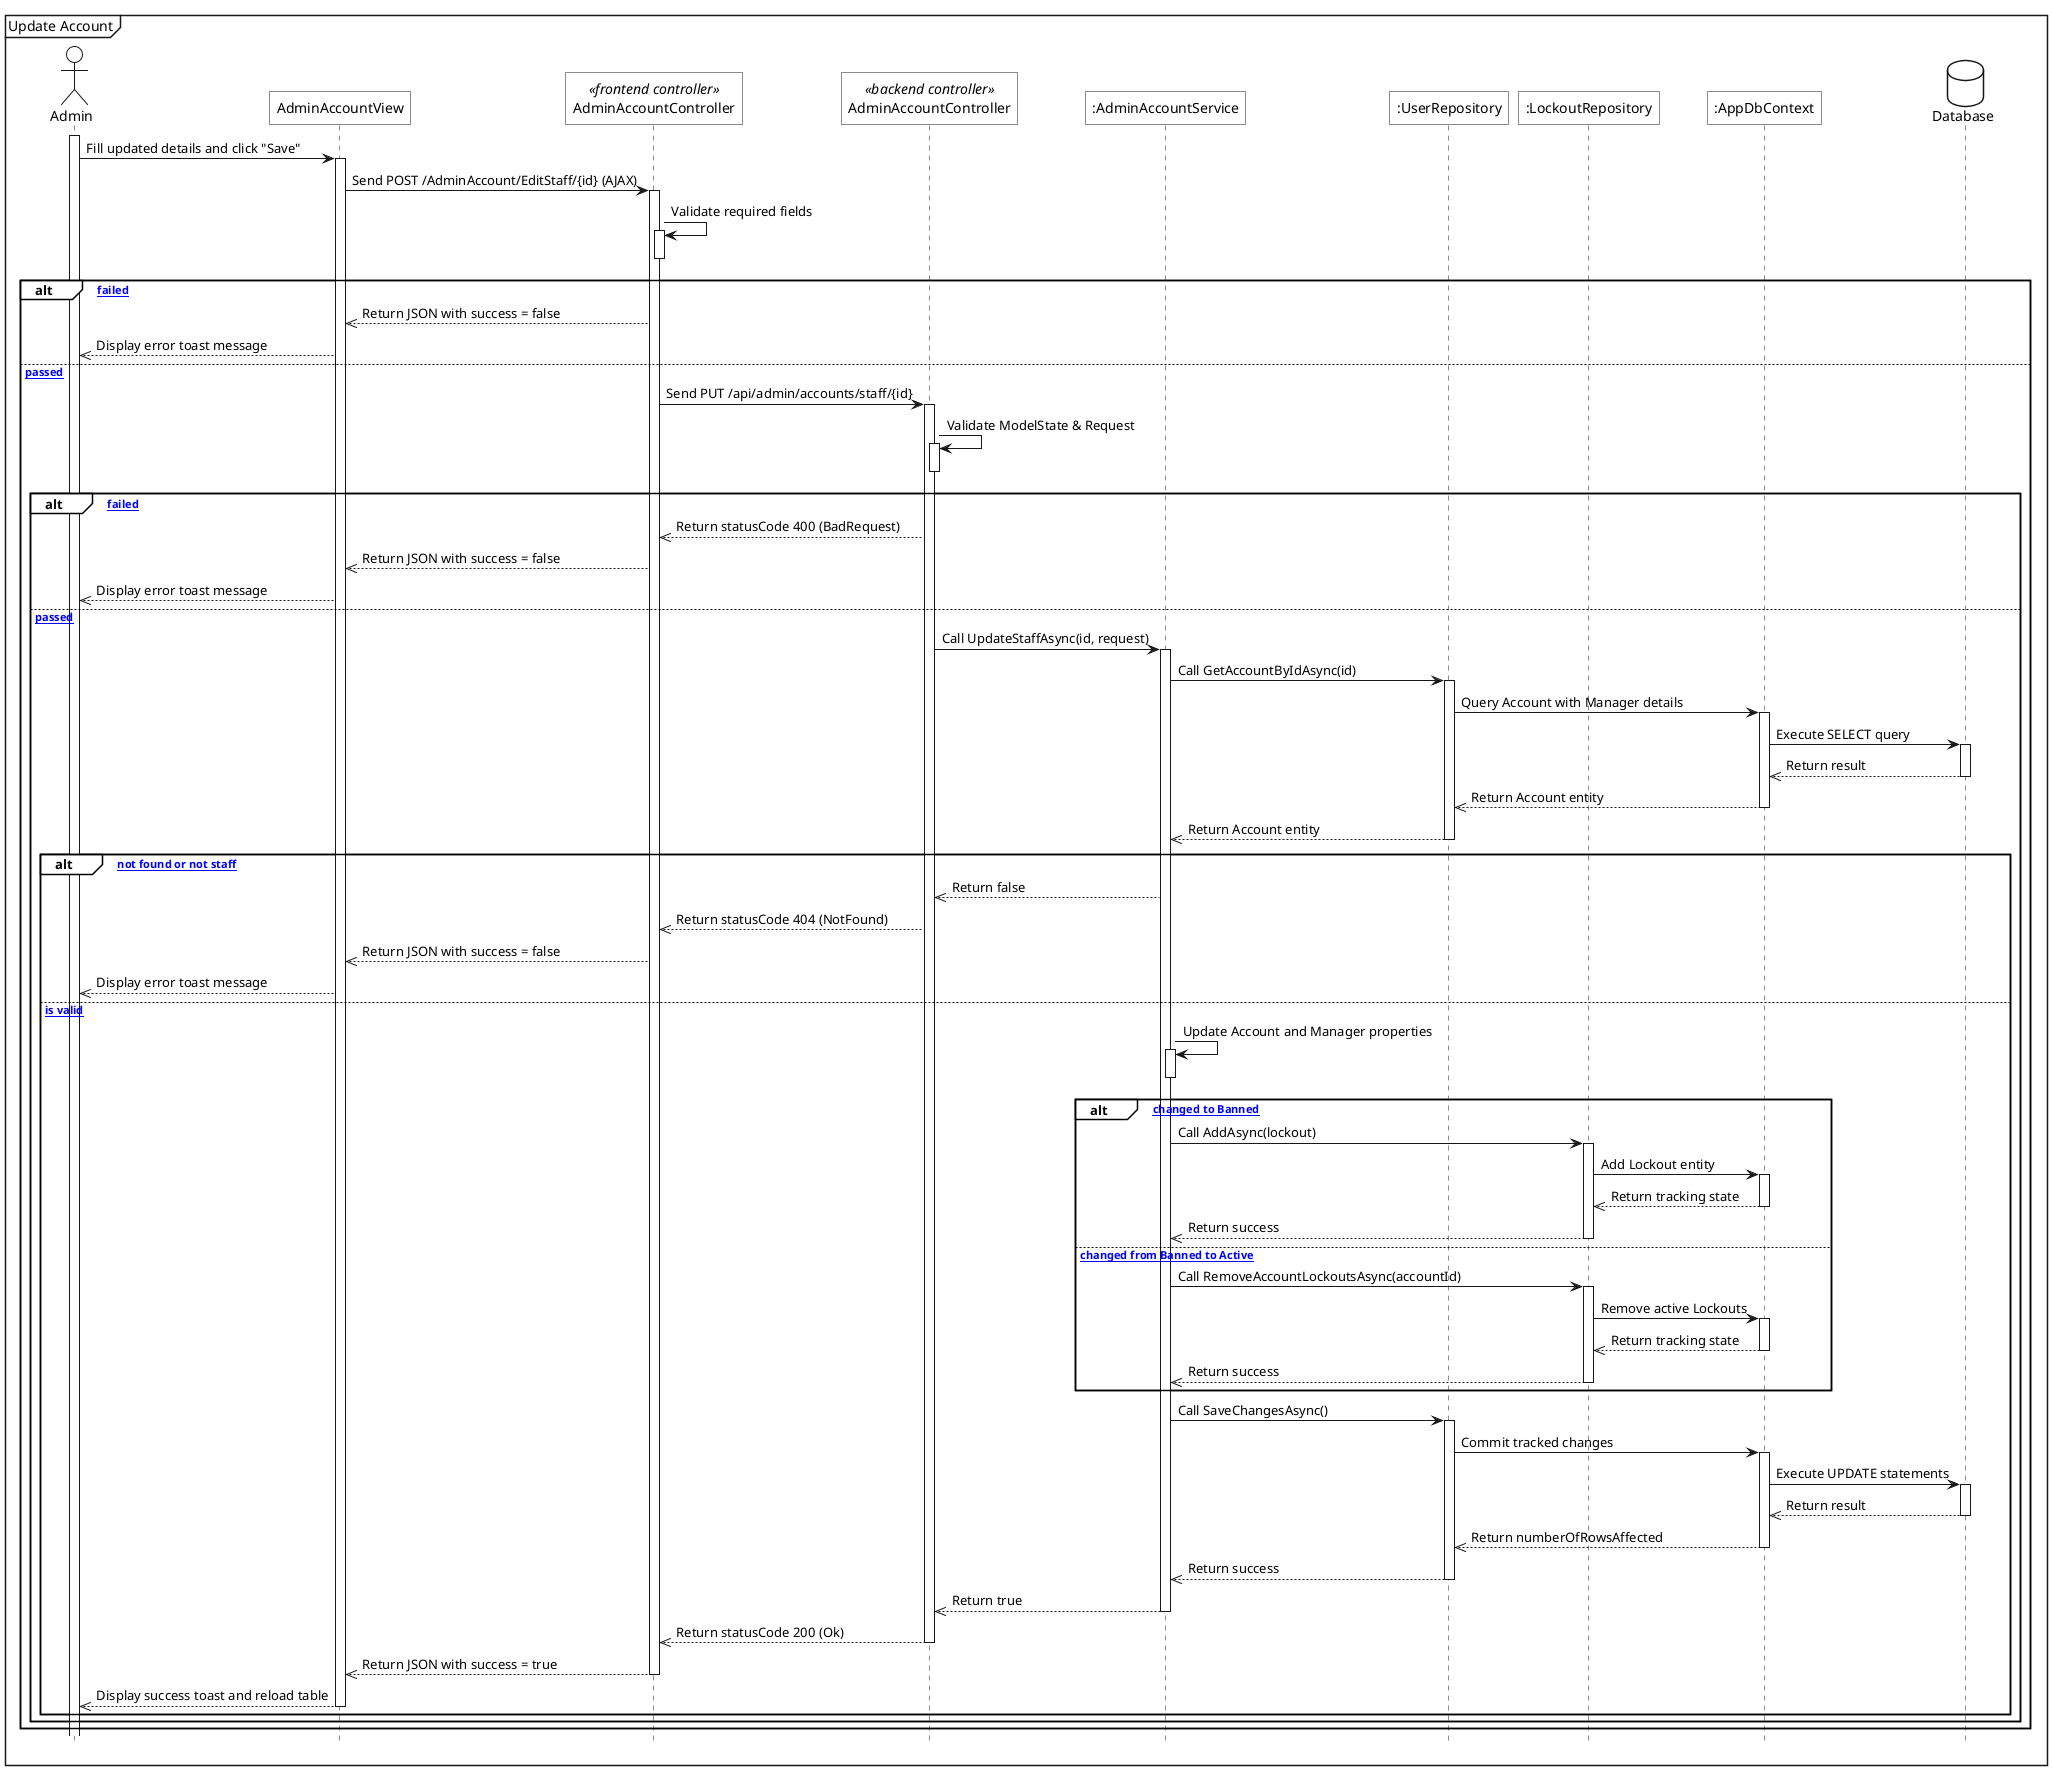
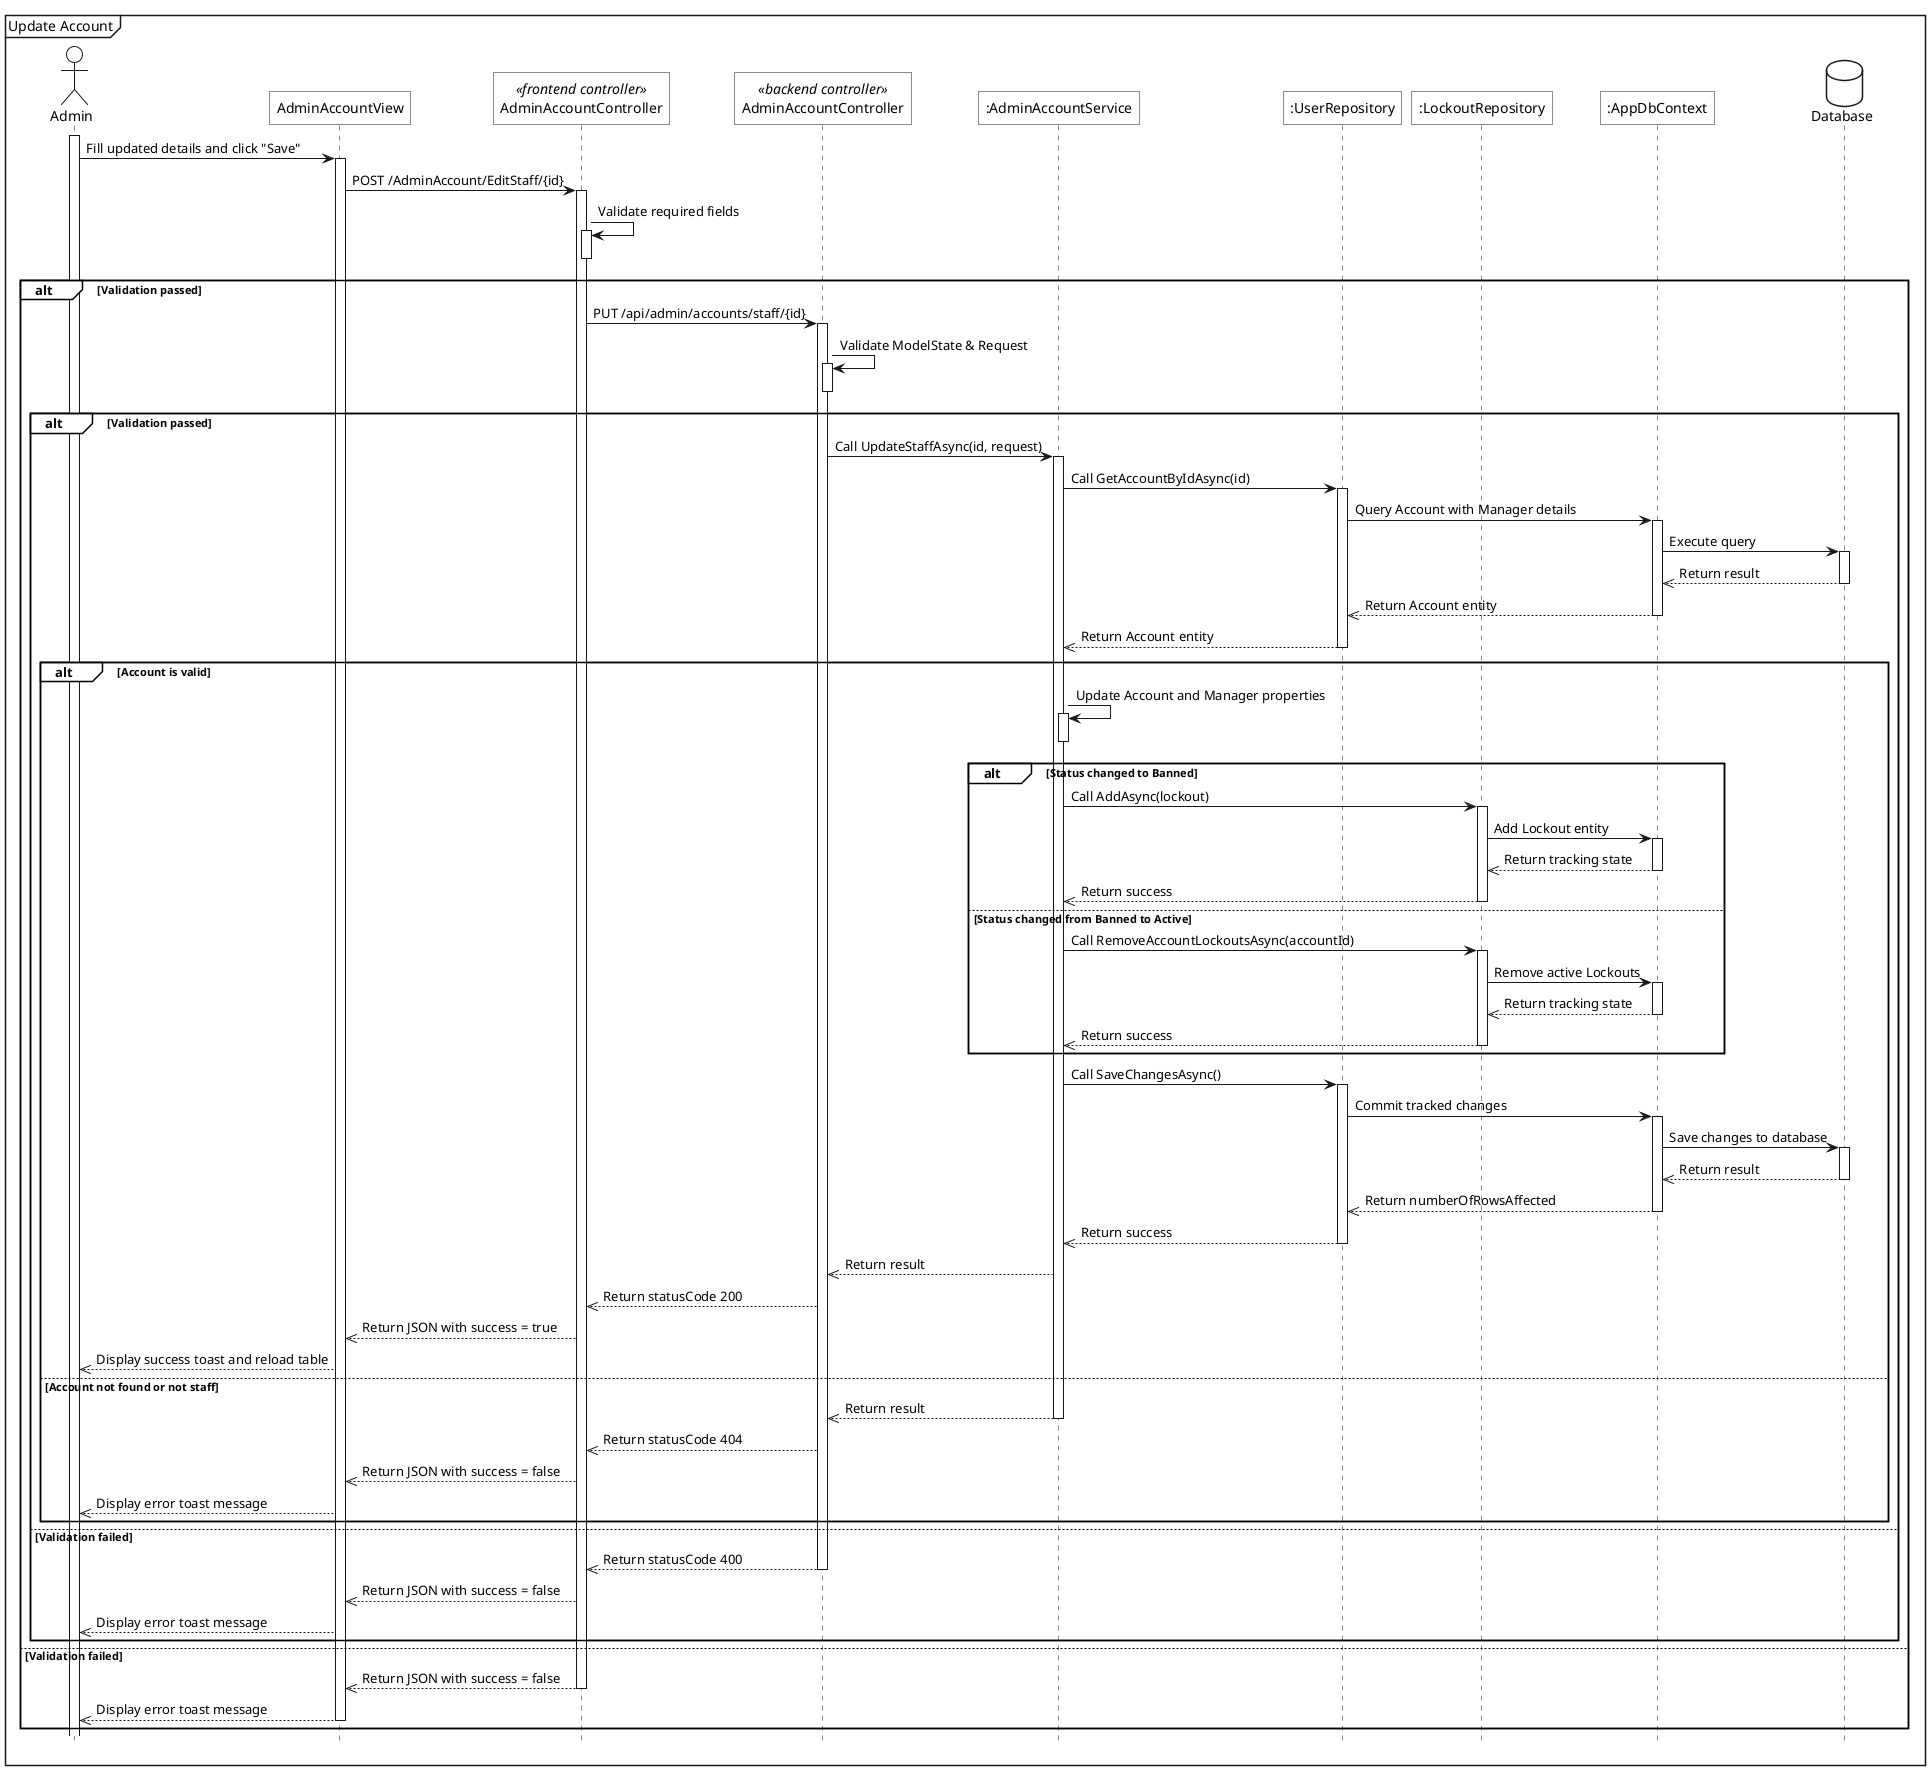
@startuml
<style>
    sequenceDiagram{
        actor{
            BackgroundColor white
            LineThickness 1.0
        }
        participant{
            BackgroundColor white
            RoundCorner 0
        }
        database{
            BackgroundColor white
        }
        groupHeader{
            BackgroundColor white
        }
        referenceHeader{
            BackgroundColor white
        }
        reference{
            BackgroundColor white
        }
    }
</style>

hide footbox

mainframe Update Account
actor Admin as act

participant "AdminAccountView" as view
participant "AdminAccountController" as fe_ctrl <<frontend controller>>
participant "AdminAccountController" as be_ctrl <<backend controller>>
participant ":AdminAccountService" as sv
participant ":UserRepository" as u_repo
participant ":LockoutRepository" as lockout_repo
participant ":AppDbContext" as ctx
database Database as db

act++
act->view++: Fill updated details and click "Save"
- view->fe_ctrl++: Send POST /AdminAccount/EditStaff/{id} (AJAX)
+ view->fe_ctrl++: POST /AdminAccount/EditStaff/{id}

fe_ctrl->fe_ctrl++: Validate required fields
fe_ctrl--

- alt [Validation failed]
-     fe_ctrl-->>view: Return JSON with success = false
-     view-->>act: Display error toast message
- else [Validation passed]
-     fe_ctrl->be_ctrl++: Send PUT /api/admin/accounts/staff/{id}
+ alt Validation passed
+     fe_ctrl->be_ctrl++: PUT /api/admin/accounts/staff/{id}

    be_ctrl->be_ctrl++: Validate ModelState & Request
    be_ctrl--

-     alt [Validation failed]
-         be_ctrl-->>fe_ctrl: Return statusCode 400 (BadRequest)
-         fe_ctrl-->>view: Return JSON with success = false
-         view-->>act: Display error toast message
-     else [Validation passed]
+     alt Validation passed
        be_ctrl->sv++: Call UpdateStaffAsync(id, request)

        sv->u_repo++: Call GetAccountByIdAsync(id)
        u_repo->ctx++: Query Account with Manager details
-         ctx->db++: Execute SELECT query
+         ctx->db++: Execute query
        db-->>ctx--: Return result
        ctx-->>u_repo--: Return Account entity
        u_repo-->>sv--: Return Account entity

-         alt [Account not found or not staff]
-             sv-->>be_ctrl: Return false
-             be_ctrl-->>fe_ctrl: Return statusCode 404 (NotFound)
-             fe_ctrl-->>view: Return JSON with success = false
-             view-->>act: Display error toast message
-         else [Account is valid]
+         alt Account is valid
            sv->sv++: Update Account and Manager properties
            sv--

-             alt [Status changed to Banned]
+             alt Status changed to Banned
                sv->lockout_repo++: Call AddAsync(lockout)
                lockout_repo->ctx++: Add Lockout entity
                ctx-->>lockout_repo--: Return tracking state
                lockout_repo-->>sv--: Return success
-             else [Status changed from Banned to Active]
+             else Status changed from Banned to Active
                sv->lockout_repo++: Call RemoveAccountLockoutsAsync(accountId)
                lockout_repo->ctx++: Remove active Lockouts
                ctx-->>lockout_repo--: Return tracking state
                lockout_repo-->>sv--: Return success
            end

            sv->u_repo++: Call SaveChangesAsync()
            u_repo->ctx++: Commit tracked changes
-             ctx->db++: Execute UPDATE statements
+             ctx->db++: Save changes to database
            db-->>ctx--: Return result
            ctx-->>u_repo--: Return numberOfRowsAffected
            u_repo-->>sv--: Return success

-             sv-->>be_ctrl--: Return true
-             be_ctrl-->>fe_ctrl--: Return statusCode 200 (Ok)
-             fe_ctrl-->>view--: Return JSON with success = true
-             view-->>act--: Display success toast and reload table
+             sv-->>be_ctrl: Return result
+             be_ctrl-->>fe_ctrl: Return statusCode 200
+             fe_ctrl-->>view: Return JSON with success = true
+             view-->>act: Display success toast and reload table
+         else Account not found or not staff
+             sv-->>be_ctrl--: Return result
+             be_ctrl-->>fe_ctrl: Return statusCode 404
+             fe_ctrl-->>view: Return JSON with success = false
+             view-->>act: Display error toast message
        end
+     else Validation failed
+         be_ctrl-->>fe_ctrl--: Return statusCode 400
+         fe_ctrl-->>view: Return JSON with success = false
+         view-->>act: Display error toast message
    end
+ else Validation failed
+     fe_ctrl-->>view--: Return JSON with success = false
+     view-->>act--: Display error toast message
end
@enduml
